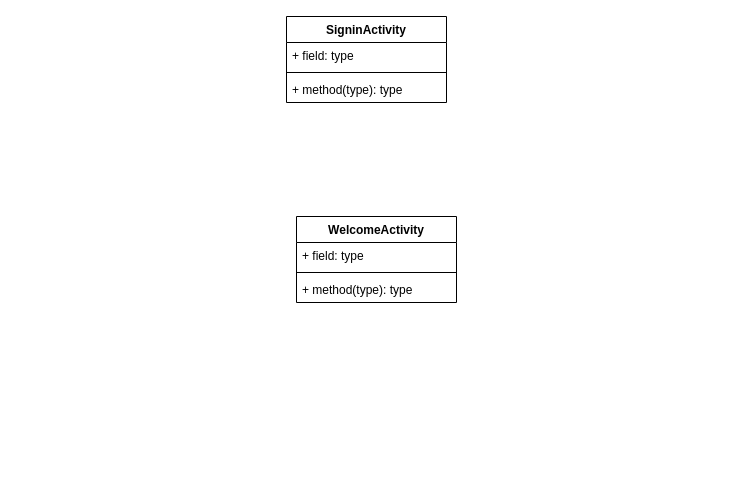
Above: Documents/UML class diagram.drawio in AmyLDunn/Fitness_Center (draw.io), before the change. Source tidied: cells renumbered, new cells numbered last; positions are measured from the earlier drawing's top-left corner, leaving out a move shared by most shapes. Both pictures are drawn from the tidied source at 100%, with x=0, y=0 at pixel (286, 16).
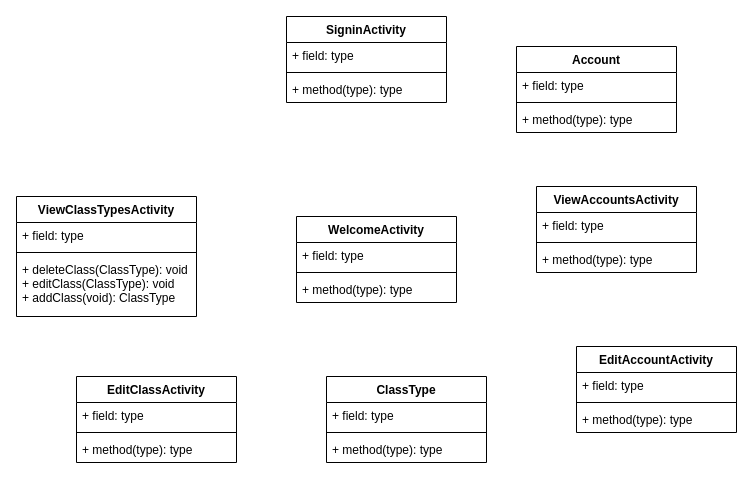
After the change.

Change to the diagram source:
```diff
@@
+    <mxCell id="10" value="ViewAccountsActivity" style="swimlane;fontStyle=1;align=center;verticalAlign=top;horizontal=1;startSize=26;" parent="1" vertex="1">
+      <mxGeometry x="250" y="170" width="160" height="86" as="geometry" />
+    </mxCell>
+    <mxCell id="11" value="+ field: type" style="text;strokeColor=none;fillColor=none;align=left;verticalAlign=top;spacingLeft=4;spacingRight=4;overflow=hidden;" parent="10" vertex="1">
+      <mxGeometry y="26" width="160" height="26" as="geometry" />
+    </mxCell>
+    <mxCell id="12" style="line;strokeWidth=1;fillColor=none;align=left;verticalAlign=middle;spacingTop=-1;spacingLeft=3;spacingRight=3;labelPosition=right;" parent="10" vertex="1">
+      <mxGeometry y="52" width="160" height="8" as="geometry" />
+    </mxCell>
+    <mxCell id="13" value="+ method(type): type" style="text;strokeColor=none;fillColor=none;align=left;verticalAlign=top;spacingLeft=4;spacingRight=4;overflow=hidden;" parent="10" vertex="1">
+      <mxGeometry y="60" width="160" height="26" as="geometry" />
+    </mxCell>
+    <mxCell id="14" value="ViewClassTypesActivity" style="swimlane;fontStyle=1;align=center;verticalAlign=top;horizontal=1;startSize=26;" parent="1" vertex="1">
+      <mxGeometry x="-270" y="180" width="180" height="120" as="geometry" />
+    </mxCell>
+    <mxCell id="15" value="+ field: type" style="text;strokeColor=none;fillColor=none;align=left;verticalAlign=top;spacingLeft=4;spacingRight=4;overflow=hidden;" parent="14" vertex="1">
+      <mxGeometry y="26" width="180" height="26" as="geometry" />
+    </mxCell>
+    <mxCell id="16" style="line;strokeWidth=1;fillColor=none;align=left;verticalAlign=middle;spacingTop=-1;spacingLeft=3;spacingRight=3;labelPosition=right;" parent="14" vertex="1">
+      <mxGeometry y="52" width="180" height="8" as="geometry" />
+    </mxCell>
+    <mxCell id="17" value="+ deleteClass(ClassType): void&#10;+ editClass(ClassType): void&#10;+ addClass(void): ClassType" style="text;strokeColor=none;fillColor=none;align=left;verticalAlign=top;spacingLeft=4;spacingRight=4;overflow=hidden;" parent="14" vertex="1">
+      <mxGeometry y="60" width="180" height="60" as="geometry" />
+    </mxCell>
+    <mxCell id="18" value="EditClassActivity" style="swimlane;fontStyle=1;align=center;verticalAlign=top;horizontal=1;startSize=26;" parent="1" vertex="1">
+      <mxGeometry x="-210" y="360" width="160" height="86" as="geometry" />
+    </mxCell>
+    <mxCell id="19" value="+ field: type" style="text;strokeColor=none;fillColor=none;align=left;verticalAlign=top;spacingLeft=4;spacingRight=4;overflow=hidden;" parent="18" vertex="1">
+      <mxGeometry y="26" width="160" height="26" as="geometry" />
+    </mxCell>
+    <mxCell id="20" style="line;strokeWidth=1;fillColor=none;align=left;verticalAlign=middle;spacingTop=-1;spacingLeft=3;spacingRight=3;labelPosition=right;" parent="18" vertex="1">
+      <mxGeometry y="52" width="160" height="8" as="geometry" />
+    </mxCell>
+    <mxCell id="21" value="+ method(type): type" style="text;strokeColor=none;fillColor=none;align=left;verticalAlign=top;spacingLeft=4;spacingRight=4;overflow=hidden;" parent="18" vertex="1">
+      <mxGeometry y="60" width="160" height="26" as="geometry" />
+    </mxCell>
+    <mxCell id="22" value="ClassType" style="swimlane;fontStyle=1;align=center;verticalAlign=top;horizontal=1;startSize=26;" parent="1" vertex="1">
+      <mxGeometry x="40" y="360" width="160" height="86" as="geometry" />
+    </mxCell>
+    <mxCell id="23" value="+ field: type" style="text;strokeColor=none;fillColor=none;align=left;verticalAlign=top;spacingLeft=4;spacingRight=4;overflow=hidden;" parent="22" vertex="1">
+      <mxGeometry y="26" width="160" height="26" as="geometry" />
+    </mxCell>
+    <mxCell id="24" style="line;strokeWidth=1;fillColor=none;align=left;verticalAlign=middle;spacingTop=-1;spacingLeft=3;spacingRight=3;labelPosition=right;" parent="22" vertex="1">
+      <mxGeometry y="52" width="160" height="8" as="geometry" />
+    </mxCell>
+    <mxCell id="25" value="+ method(type): type" style="text;strokeColor=none;fillColor=none;align=left;verticalAlign=top;spacingLeft=4;spacingRight=4;overflow=hidden;" parent="22" vertex="1">
+      <mxGeometry y="60" width="160" height="26" as="geometry" />
+    </mxCell>
+    <mxCell id="26" value="EditAccountActivity" style="swimlane;fontStyle=1;align=center;verticalAlign=top;horizontal=1;startSize=26;" parent="1" vertex="1">
+      <mxGeometry x="290" y="330" width="160" height="86" as="geometry" />
+    </mxCell>
+    <mxCell id="27" value="+ field: type" style="text;strokeColor=none;fillColor=none;align=left;verticalAlign=top;spacingLeft=4;spacingRight=4;overflow=hidden;" parent="26" vertex="1">
+      <mxGeometry y="26" width="160" height="26" as="geometry" />
+    </mxCell>
+    <mxCell id="28" style="line;strokeWidth=1;fillColor=none;align=left;verticalAlign=middle;spacingTop=-1;spacingLeft=3;spacingRight=3;labelPosition=right;" parent="26" vertex="1">
+      <mxGeometry y="52" width="160" height="8" as="geometry" />
+    </mxCell>
+    <mxCell id="29" value="+ method(type): type" style="text;strokeColor=none;fillColor=none;align=left;verticalAlign=top;spacingLeft=4;spacingRight=4;overflow=hidden;" parent="26" vertex="1">
+      <mxGeometry y="60" width="160" height="26" as="geometry" />
+    </mxCell>
+    <mxCell id="30" value="Account" style="swimlane;fontStyle=1;align=center;verticalAlign=top;horizontal=1;startSize=26;" parent="1" vertex="1">
+      <mxGeometry x="230" y="30" width="160" height="86" as="geometry" />
+    </mxCell>
+    <mxCell id="31" value="+ field: type" style="text;strokeColor=none;fillColor=none;align=left;verticalAlign=top;spacingLeft=4;spacingRight=4;overflow=hidden;" parent="30" vertex="1">
+      <mxGeometry y="26" width="160" height="26" as="geometry" />
+    </mxCell>
+    <mxCell id="32" style="line;strokeWidth=1;fillColor=none;align=left;verticalAlign=middle;spacingTop=-1;spacingLeft=3;spacingRight=3;labelPosition=right;" parent="30" vertex="1">
+      <mxGeometry y="52" width="160" height="8" as="geometry" />
+    </mxCell>
+    <mxCell id="33" value="+ method(type): type" style="text;strokeColor=none;fillColor=none;align=left;verticalAlign=top;spacingLeft=4;spacingRight=4;overflow=hidden;" parent="30" vertex="1">
+      <mxGeometry y="60" width="160" height="26" as="geometry" />
+    </mxCell>
```
